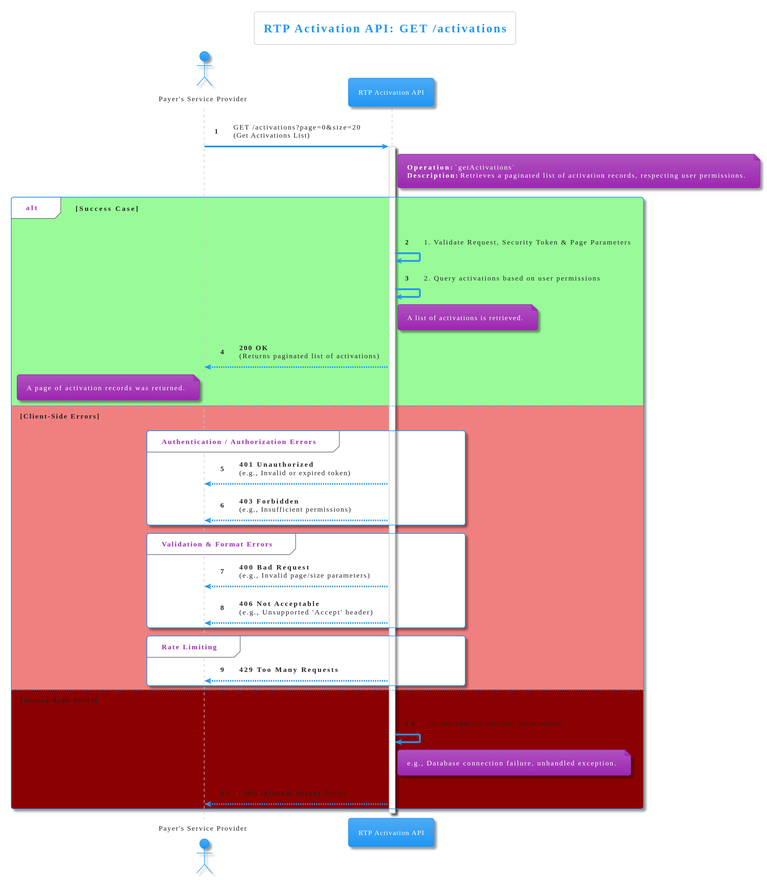
Above: diagrams/get-activations-details.svg in pagopa/rtp-docs (PlantUML), before the change. Source of this version:
```plantuml
@startuml

!theme materia

title RTP Activation API: GET /activations

actor "Payer's Service Provider" as PSP
participant "RTP Activation API" as API

autonumber

PSP -> API: GET /activations?page=0&size=20\n(Get Activations List)
activate API

note right of API
  **Operation:** `getActivations`
  **Description:** Retrieves a paginated list of activation records, respecting user permissions.
end note

alt #palegreen Success Case

    API -> API: 1. Validate Request, Security Token & Page Parameters
    API -> API: 2. Query activations based on user permissions
    note right of API: A list of activations is retrieved.
    API --> PSP: **200 OK**\n(Returns paginated list of activations)
    note left of PSP
        A page of activation records was returned.
    end note

else #lightcoral Client-Side Errors

    group Authentication / Authorization Errors
        API --> PSP: **401 Unauthorized**\n(e.g., Invalid or expired token)
        API --> PSP: **403 Forbidden**\n(e.g., Insufficient permissions)
    end group

    group Validation & Format Errors
        API --> PSP: **400 Bad Request**\n(e.g., Invalid page/size parameters)
        API --> PSP: **406 Not Acceptable**\n(e.g., Unsupported 'Accept' header)
    end group

    group Rate Limiting
        API --> PSP: **429 Too Many Requests**
    end group

else #darkred Server-Side Error

    API -> API: An unexpected internal error occurs
    note right of API: e.g., Database connection failure, unhandled exception.
    API --> PSP: **500 Internal Server Error**

end

deactivate API
@enduml
```
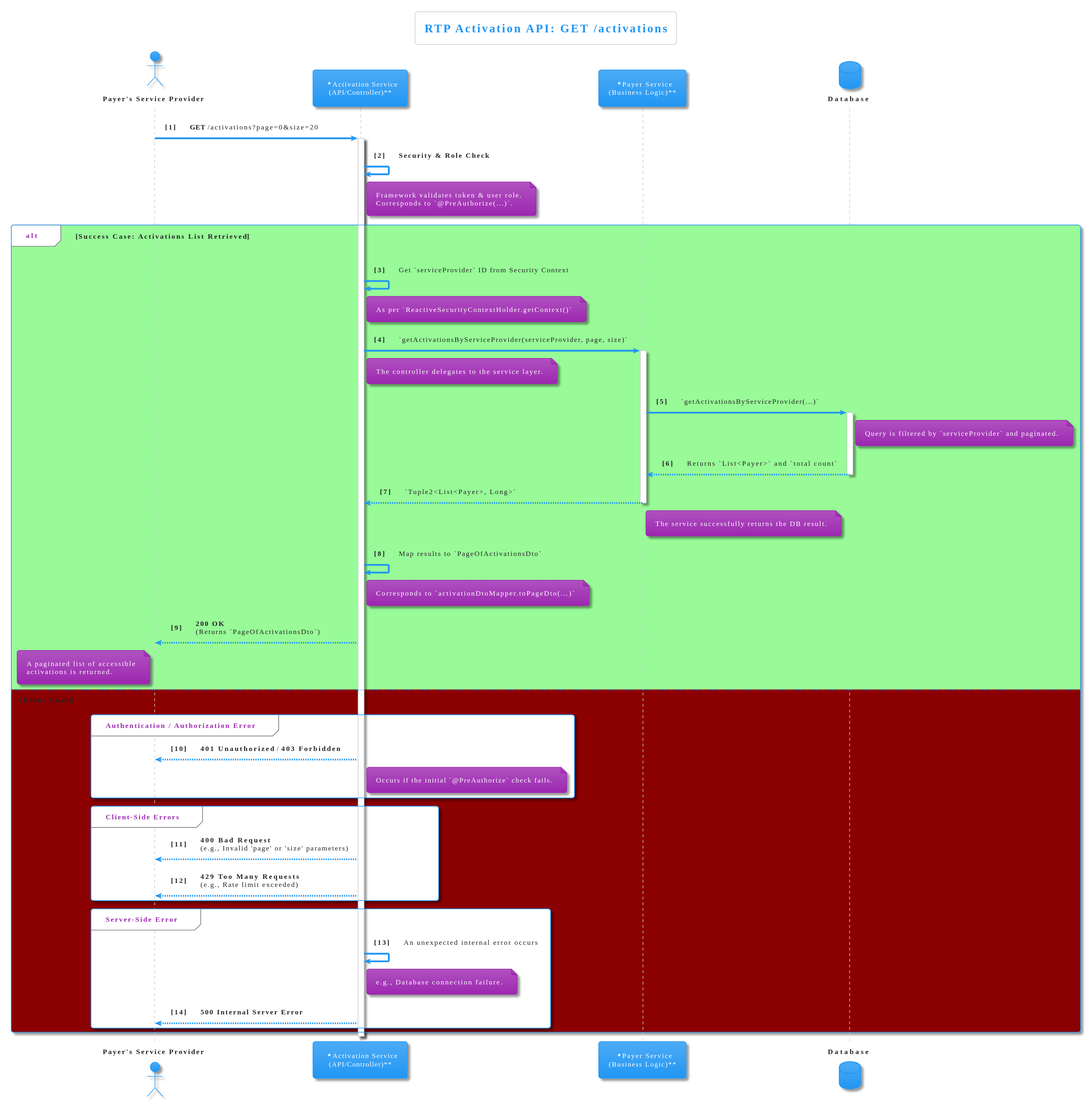
Later version of the same file.

The edit, as a diff of the source:
```diff
@@ -4,52 +4,67 @@
 
 title RTP Activation API: GET /activations
 
-actor "Payer's Service Provider" as PSP
-participant "RTP Activation API" as API
+actor "**Payer's Service Provider**" as PSP
+participant "**Activation Service\n(API/Controller)**" as AS
+participant "**Payer Service\n(Business Logic)**" as PS
+database "**Database**" as DB
 
-autonumber
+autonumber "<b>[0]"
 
-PSP -> API: GET /activations?page=0&size=20\n(Get Activations List)
-activate API
+PSP -> AS: **GET** /activations?page=0&size=20
+activate AS
 
-note right of API
-  **Operation:** `getActivations`
-  **Description:** Retrieves a paginated list of activation records, respecting user permissions.
-end note
+AS -> AS: **Security & Role Check**
+note right of AS: Framework validates token & user role.\nCorresponds to `@PreAuthorize(...)`.
 
-alt #palegreen Success Case
+alt #palegreen **Success Case: Activations List Retrieved**
 
-    API -> API: 1. Validate Request, Security Token & Page Parameters
-    API -> API: 2. Query activations based on user permissions
-    note right of API: A list of activations is retrieved.
-    API --> PSP: **200 OK**\n(Returns paginated list of activations)
+    AS -> AS: Get `serviceProvider` ID from Security Context
+    note right of AS: As per `ReactiveSecurityContextHolder.getContext()`
+
+    AS -> PS: `getActivationsByServiceProvider(serviceProvider, page, size)`
+    activate PS
+    note right of AS: The controller delegates to the service layer.
+
+    PS -> DB: `getActivationsByServiceProvider(...)`
+    activate DB
+    note right of DB: Query is filtered by `serviceProvider` and paginated.
+    DB --> PS: Returns `List<Payer>` and `total count`
+    deactivate DB
+
+    PS --> AS: `Tuple2<List<Payer>, Long>`
+    deactivate PS
+    note right of PS: The service successfully returns the DB result.
+
+    AS -> AS: Map results to `PageOfActivationsDto`
+    note right of AS: Corresponds to `activationDtoMapper.toPageDto(...)`
+
+    AS --> PSP: **200 OK**\n(Returns `PageOfActivationsDto`)
     note left of PSP
-        A page of activation records was returned.
+        A paginated list of accessible
+        activations is returned.
     end note
 
-else #lightcoral Client-Side Errors
 
-    group Authentication / Authorization Errors
-        API --> PSP: **401 Unauthorized**\n(e.g., Invalid or expired token)
-        API --> PSP: **403 Forbidden**\n(e.g., Insufficient permissions)
+else #darkred **Error Cases**
+
+    group Authentication / Authorization Error
+        AS --> PSP: **401 Unauthorized** / **403 Forbidden**
+        note right of AS: Occurs if the initial `@PreAuthorize` check fails.
     end group
 
-    group Validation & Format Errors
-        API --> PSP: **400 Bad Request**\n(e.g., Invalid page/size parameters)
-        API --> PSP: **406 Not Acceptable**\n(e.g., Unsupported 'Accept' header)
+    group Client-Side Errors
+        AS --> PSP: **400 Bad Request**\n(e.g., Invalid 'page' or 'size' parameters)
+        AS --> PSP: **429 Too Many Requests**\n(e.g., Rate limit exceeded)
     end group
 
-    group Rate Limiting
-        API --> PSP: **429 Too Many Requests**
+    group Server-Side Error
+        AS -> AS: An unexpected internal error occurs
+        note right of AS: e.g., Database connection failure.
+        AS --> PSP: **500 Internal Server Error**
     end group
-
-else #darkred Server-Side Error
-
-    API -> API: An unexpected internal error occurs
-    note right of API: e.g., Database connection failure, unhandled exception.
-    API --> PSP: **500 Internal Server Error**
 
 end
 
-deactivate API
+deactivate AS
 @enduml
```
